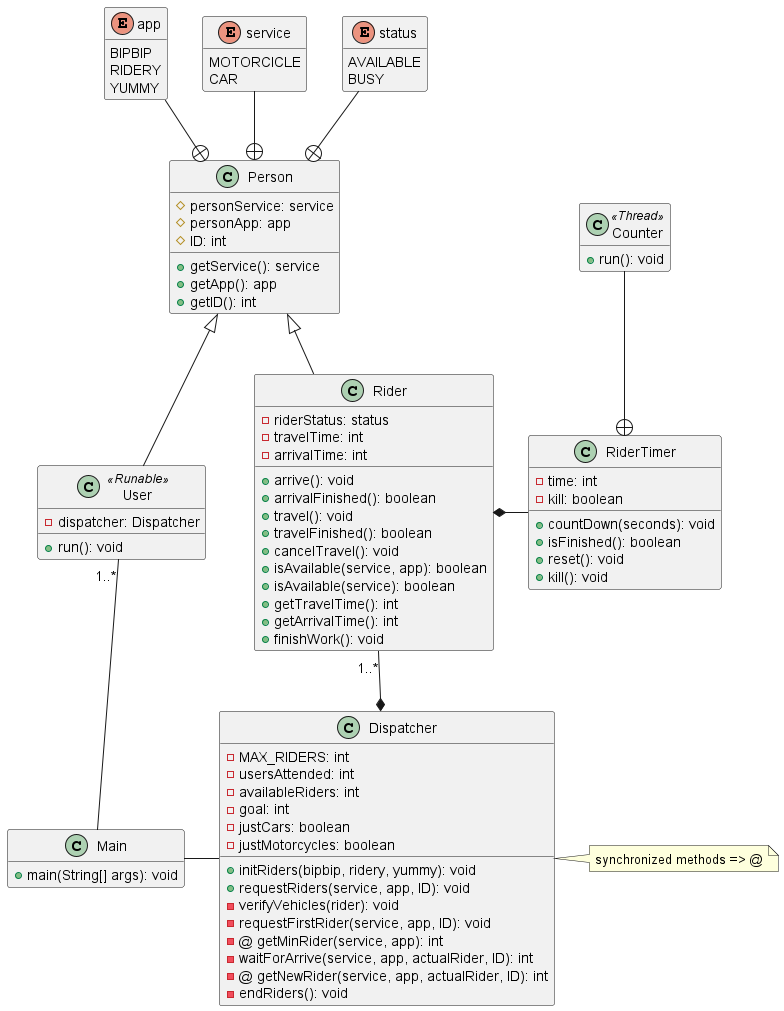
Above: out/docs/ClassDiagram/Riders_attack.png in MiguelCiav/Riders_attack (PlantUML), before the change.
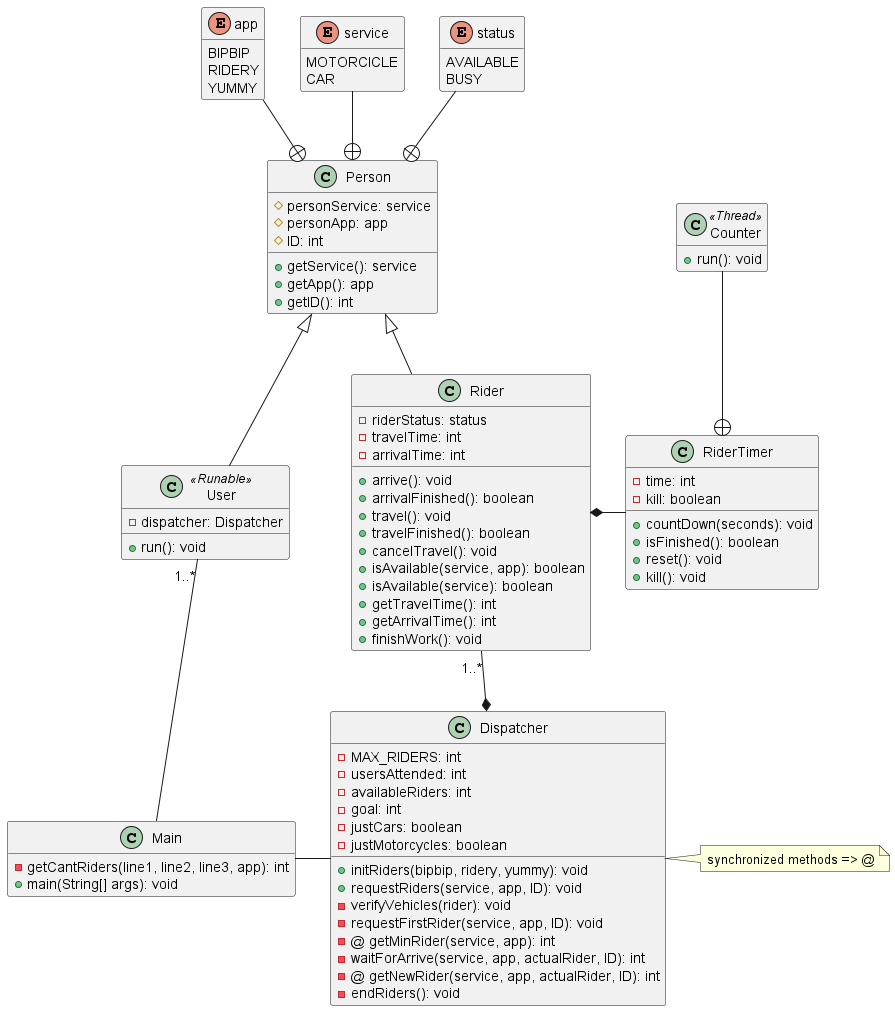
Above is the later version.

Diff of the diagram source:
```diff
@@ -78,6 +78,7 @@
 }
 
 class Main {
+    -getCantRiders(line1, line2, line3, app): int
     +main(String[] args): void
 }
 
```
